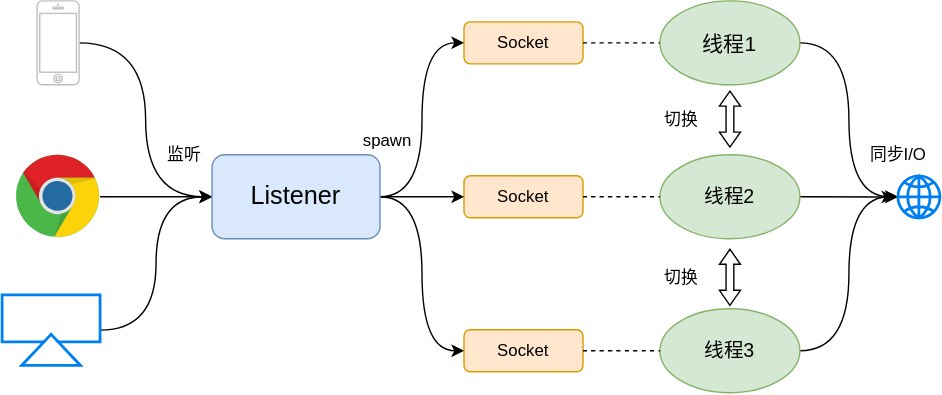
Before: images/tcp-server.drawio.svg, a diagram exported from draw.io (hakimel/reveal.js). Source tidied: cells renumbered, new cells last; positions are measured from the earlier drawing's top-left corner, leaving out a move shared by most shapes. The source it was exported from:
```xml
<mxGraphModel>
  <root>
    <mxCell id="0" />
    <mxCell id="1" parent="0" />
    <mxCell id="2" style="edgeStyle=orthogonalEdgeStyle;curved=1;jettySize=auto;html=1;entryX=0;entryY=0.5;entryDx=0;entryDy=0;fontSize=12;" parent="1" edge="1" source="3" target="21">
      <mxGeometry relative="1" as="geometry" />
    </mxCell>
    <mxCell id="3" style="html=1;verticalLabelPosition=bottom;labelBackgroundColor=#ffffff;verticalAlign=top;shadow=0;dashed=0;strokeWidth=1;shape=mxgraph.ios7.misc.iphone;strokeColor=#c0c0c0;" parent="1" vertex="1">
      <mxGeometry x="25" width="30" height="60" as="geometry" />
    </mxCell>
    <mxCell id="4" style="edgeStyle=orthogonalEdgeStyle;curved=1;jettySize=auto;html=1;entryX=0;entryY=0.5;entryDx=0;entryDy=0;fontSize=12;" parent="1" edge="1" source="5" target="21">
      <mxGeometry relative="1" as="geometry" />
    </mxCell>
    <mxCell id="5" style="dashed=0;outlineConnect=0;html=1;align=center;labelPosition=center;verticalLabelPosition=bottom;verticalAlign=top;shape=mxgraph.weblogos.chrome;" parent="1" vertex="1">
      <mxGeometry x="10" y="110" width="60" height="60" as="geometry" />
    </mxCell>
    <mxCell id="6" style="edgeStyle=orthogonalEdgeStyle;curved=1;jettySize=auto;html=1;entryX=0;entryY=0.5;entryDx=0;entryDy=0;fontSize=12;" parent="1" edge="1" source="7" target="21">
      <mxGeometry relative="1" as="geometry" />
    </mxCell>
    <mxCell id="7" style="html=1;verticalLabelPosition=bottom;align=center;labelBackgroundColor=#ffffff;verticalAlign=top;strokeWidth=2;strokeColor=#0080F0;shadow=0;dashed=0;shape=mxgraph.ios7.icons.move_to_folder;fontSize=12;" parent="1" vertex="1">
      <mxGeometry y="210" width="70" height="50.5" as="geometry" />
    </mxCell>
    <mxCell id="8" value="Socket" style="rounded=1;whiteSpace=wrap;html=1;fillColor=#ffe6cc;strokeColor=#d79b00;" parent="1" vertex="1">
      <mxGeometry x="330" y="15" width="85" height="30" as="geometry" />
    </mxCell>
    <mxCell id="9" value="Socket" style="rounded=1;whiteSpace=wrap;html=1;fillColor=#ffe6cc;strokeColor=#d79b00;" parent="1" vertex="1">
      <mxGeometry x="330" y="125" width="85" height="30" as="geometry" />
    </mxCell>
    <mxCell id="10" value="Socket" style="rounded=1;whiteSpace=wrap;html=1;fillColor=#ffe6cc;strokeColor=#d79b00;" parent="1" vertex="1">
      <mxGeometry x="330" y="235" width="85" height="30" as="geometry" />
    </mxCell>
    <mxCell id="11" style="edgeStyle=orthogonalEdgeStyle;curved=1;jettySize=auto;html=1;entryX=0;entryY=0.5;entryDx=0;entryDy=0;entryPerimeter=0;fontSize=12;" parent="1" edge="1" source="12" target="17">
      <mxGeometry relative="1" as="geometry" />
    </mxCell>
    <mxCell id="12" value="&lt;font style=&quot;font-size: 15px;&quot;&gt;线程1&lt;/font&gt;" style="ellipse;whiteSpace=wrap;html=1;fillColor=#d5e8d4;strokeColor=#82b366;" parent="1" vertex="1">
      <mxGeometry x="470" width="100" height="60" as="geometry" />
    </mxCell>
    <mxCell id="13" style="edgeStyle=orthogonalEdgeStyle;curved=1;jettySize=auto;html=1;entryX=-0.089;entryY=0.505;entryDx=0;entryDy=0;entryPerimeter=0;fontSize=12;" parent="1" edge="1" source="14" target="17">
      <mxGeometry relative="1" as="geometry" />
    </mxCell>
    <mxCell id="14" value="&lt;font style=&quot;font-size: 14px;&quot;&gt;线程2&lt;/font&gt;" style="ellipse;whiteSpace=wrap;html=1;fillColor=#d5e8d4;strokeColor=#82b366;" parent="1" vertex="1">
      <mxGeometry x="470" y="110" width="100" height="60" as="geometry" />
    </mxCell>
    <mxCell id="15" style="edgeStyle=orthogonalEdgeStyle;curved=1;jettySize=auto;html=1;entryX=0;entryY=0.5;entryDx=0;entryDy=0;entryPerimeter=0;fontSize=12;" parent="1" edge="1" source="16" target="17">
      <mxGeometry relative="1" as="geometry" />
    </mxCell>
    <mxCell id="16" value="&lt;font style=&quot;font-size: 14px;&quot;&gt;线程3&lt;/font&gt;" style="ellipse;whiteSpace=wrap;html=1;fillColor=#d5e8d4;strokeColor=#82b366;" parent="1" vertex="1">
      <mxGeometry x="470" y="220" width="100" height="60" as="geometry" />
    </mxCell>
    <mxCell id="17" style="html=1;verticalLabelPosition=bottom;align=center;labelBackgroundColor=#ffffff;verticalAlign=top;strokeWidth=2;strokeColor=#0080F0;shadow=0;dashed=0;shape=mxgraph.ios7.icons.globe;" parent="1" vertex="1">
      <mxGeometry x="640" y="125" width="30" height="30" as="geometry" />
    </mxCell>
    <mxCell id="18" style="edgeStyle=orthogonalEdgeStyle;curved=1;jettySize=auto;html=1;entryX=0;entryY=0.5;entryDx=0;entryDy=0;fontSize=12;" parent="1" edge="1" source="21" target="9">
      <mxGeometry relative="1" as="geometry" />
    </mxCell>
    <mxCell id="19" style="edgeStyle=orthogonalEdgeStyle;curved=1;jettySize=auto;html=1;entryX=0;entryY=0.5;entryDx=0;entryDy=0;fontSize=12;" parent="1" edge="1" source="21" target="8">
      <mxGeometry relative="1" as="geometry" />
    </mxCell>
    <mxCell id="20" style="edgeStyle=orthogonalEdgeStyle;curved=1;jettySize=auto;html=1;entryX=0;entryY=0.5;entryDx=0;entryDy=0;fontSize=12;" parent="1" edge="1" source="21" target="10">
      <mxGeometry relative="1" as="geometry" />
    </mxCell>
    <mxCell id="21" value="&lt;font style=&quot;font-size: 18px;&quot;&gt;Listener&lt;/font&gt;" style="rounded=1;whiteSpace=wrap;html=1;fillColor=#dae8fc;strokeColor=#6c8ebf;" parent="1" vertex="1">
      <mxGeometry x="150" y="110" width="120" height="60" as="geometry" />
    </mxCell>
    <mxCell id="22" style="endArrow=none;dashed=1;html=1;fontSize=12;curved=1;exitX=1;exitY=0.5;exitDx=0;exitDy=0;entryX=0;entryY=0.5;entryDx=0;entryDy=0;" parent="1" edge="1" source="8" target="12">
      <mxGeometry relative="1" as="geometry" />
    </mxCell>
    <mxCell id="23" style="endArrow=none;dashed=1;html=1;fontSize=12;curved=1;exitX=1;exitY=0.5;exitDx=0;exitDy=0;entryX=0;entryY=0.5;entryDx=0;entryDy=0;" parent="1" edge="1" source="9" target="14">
      <mxGeometry relative="1" as="geometry" />
    </mxCell>
    <mxCell id="24" style="endArrow=none;dashed=1;html=1;fontSize=12;curved=1;exitX=1;exitY=0.5;exitDx=0;exitDy=0;entryX=0;entryY=0.5;entryDx=0;entryDy=0;" parent="1" edge="1" source="10" target="16">
      <mxGeometry relative="1" as="geometry" />
    </mxCell>
    <mxCell id="25" value="监听" style="text;html=1;align=center;verticalAlign=middle;strokeColor=none;fillColor=none;fontSize=12;" parent="1" vertex="1">
      <mxGeometry x="110" y="100" width="40" height="20" as="geometry" />
    </mxCell>
    <mxCell id="26" value="spawn" style="text;html=1;align=center;verticalAlign=middle;strokeColor=none;fillColor=none;fontSize=12;" parent="1" vertex="1">
      <mxGeometry x="250" y="90" width="50" height="20" as="geometry" />
    </mxCell>
    <mxCell id="27" value="同步I/O" style="text;html=1;align=center;verticalAlign=middle;strokeColor=none;fillColor=none;fontSize=12;" parent="1" vertex="1">
      <mxGeometry x="610" y="100" width="60" height="20" as="geometry" />
    </mxCell>
    <mxCell id="28" style="html=1;shadow=0;dashed=0;align=center;verticalAlign=middle;shape=mxgraph.arrows2.twoWayArrow;dy=0.63;dx=10.7;fontSize=12;rotation=-90;" parent="1" vertex="1">
      <mxGeometry x="500" y="77" width="40" height="15" as="geometry" />
    </mxCell>
    <mxCell id="29" style="html=1;shadow=0;dashed=0;align=center;verticalAlign=middle;shape=mxgraph.arrows2.twoWayArrow;dy=0.63;dx=10.7;fontSize=12;rotation=-90;" parent="1" vertex="1">
      <mxGeometry x="500" y="190" width="40" height="15" as="geometry" />
    </mxCell>
    <mxCell id="30" value="切换" style="text;html=1;align=center;verticalAlign=middle;strokeColor=none;fillColor=none;fontSize=12;" parent="1" vertex="1">
      <mxGeometry x="465" y="74.5" width="40" height="20" as="geometry" />
    </mxCell>
    <mxCell id="31" value="切换" style="text;html=1;align=center;verticalAlign=middle;strokeColor=none;fillColor=none;fontSize=12;" parent="1" vertex="1">
      <mxGeometry x="465" y="187.5" width="40" height="20" as="geometry" />
    </mxCell>
  </root>
</mxGraphModel>
```
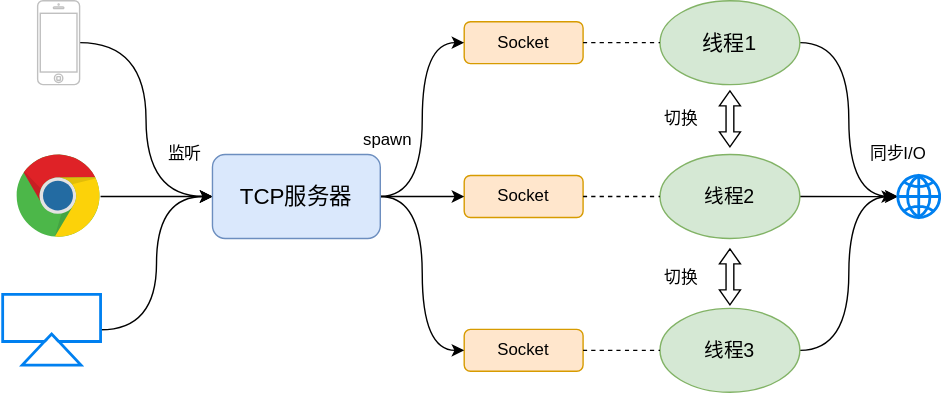
The same diagram one commit later.

The edit, as a diff of the source:
```diff
@@ -59,7 +59,7 @@
     <mxCell id="20" style="edgeStyle=orthogonalEdgeStyle;curved=1;jettySize=auto;html=1;entryX=0;entryY=0.5;entryDx=0;entryDy=0;fontSize=12;" parent="1" edge="1" source="21" target="10">
       <mxGeometry relative="1" as="geometry" />
     </mxCell>
-    <mxCell id="21" value="&lt;font style=&quot;font-size: 18px;&quot;&gt;Listener&lt;/font&gt;" style="rounded=1;whiteSpace=wrap;html=1;fillColor=#dae8fc;strokeColor=#6c8ebf;" parent="1" vertex="1">
+    <mxCell id="21" value="&lt;font style=&quot;font-size: 16px;&quot;&gt;TCP服务器&lt;/font&gt;" style="rounded=1;whiteSpace=wrap;html=1;fillColor=#dae8fc;strokeColor=#6c8ebf;" parent="1" vertex="1">
       <mxGeometry x="150" y="110" width="120" height="60" as="geometry" />
     </mxCell>
     <mxCell id="22" style="endArrow=none;dashed=1;html=1;fontSize=12;curved=1;exitX=1;exitY=0.5;exitDx=0;exitDy=0;entryX=0;entryY=0.5;entryDx=0;entryDy=0;" parent="1" edge="1" source="8" target="12">
```
